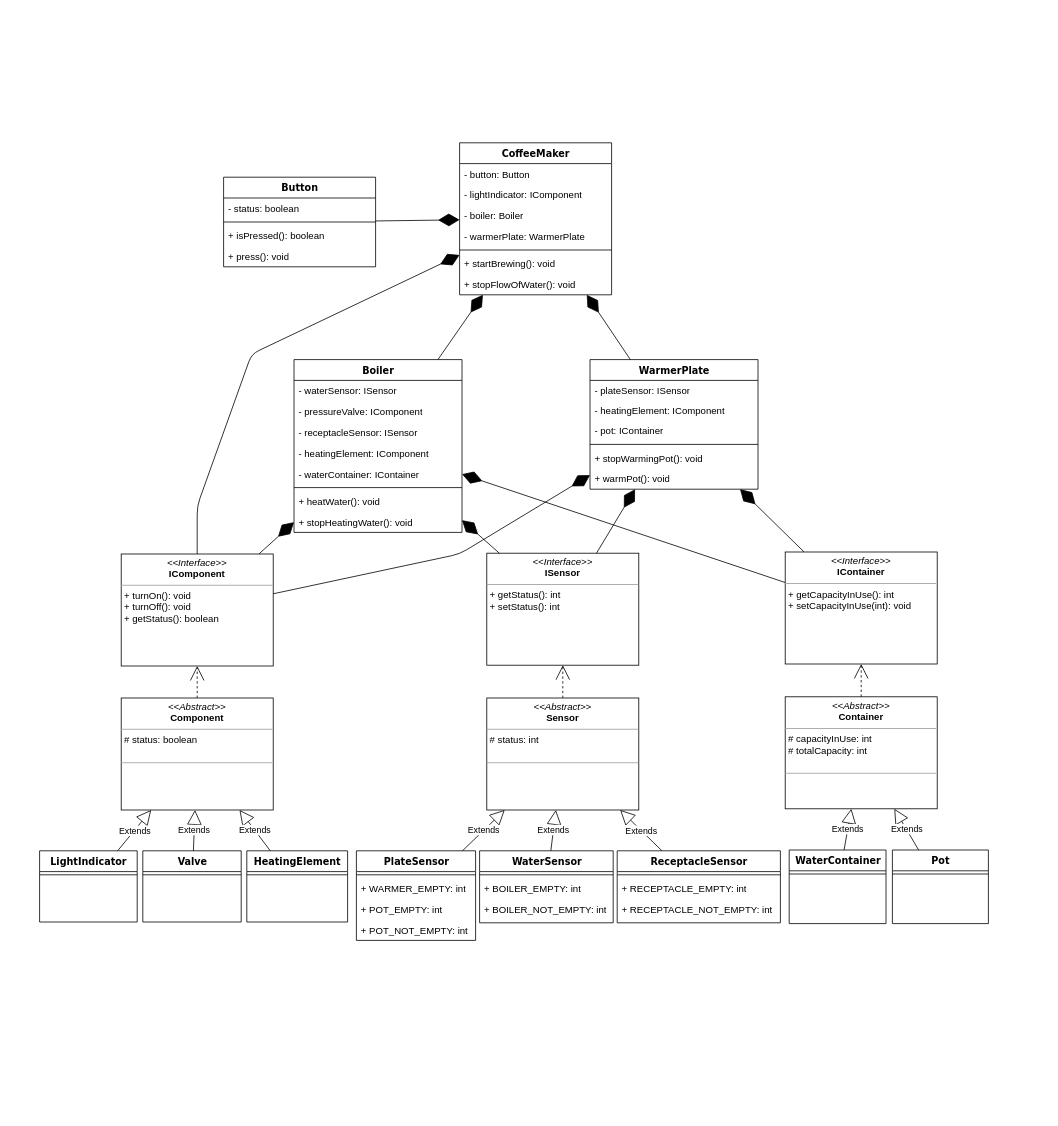
Above: Resources/CoffeeMaker.drawio in aburgosu/CoffeeMaker-JAM (draw.io), before the change. Source tidied: cells renumbered, new cells numbered last; positions are measured from the earlier drawing's top-left corner, leaving out a move shared by most shapes. Both pictures are drawn from the tidied source at 80%, with x=0, y=0 at pixel (39, 142).
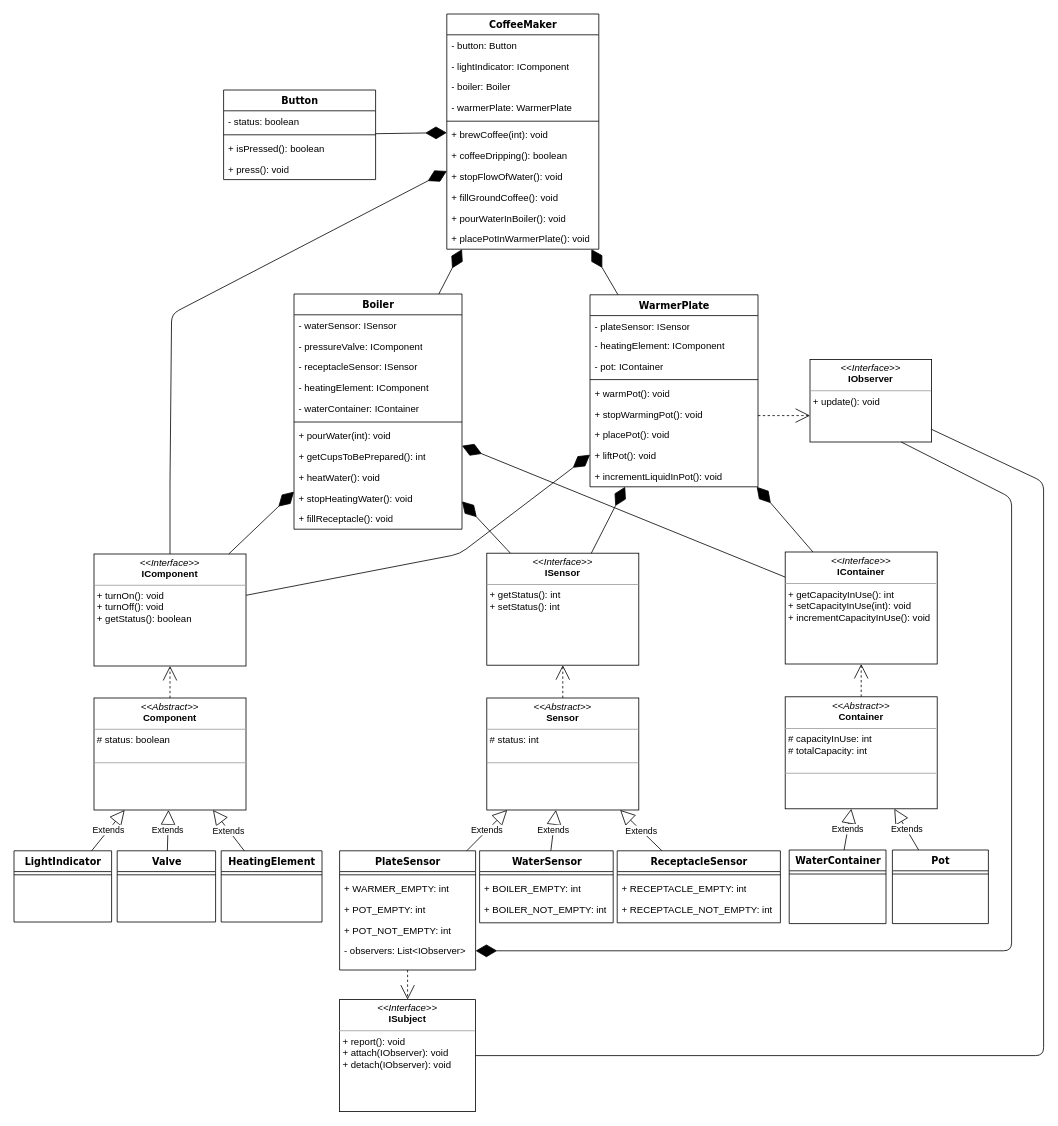
Above is the later version.

Diff of the diagram source:
```diff
@@
     <mxCell id="2" value="LightIndicator" style="swimlane;html=1;fontStyle=1;align=center;verticalAlign=top;horizontal=1;startSize=26;swimlaneFillColor=#ffffff;rounded=0;shadow=0;comic=0;labelBackgroundColor=none;strokeColor=#000000;strokeWidth=1;fillColor=none;fontFamily=Verdana;fontSize=12;fontColor=#000000;" parent="1" vertex="1">
-      <mxGeometry y="885" width="122" height="89" as="geometry" />
+      <mxGeometry x="-32" y="885" width="122" height="89" as="geometry" />
     </mxCell>
@@
     <mxCell id="4" value="Valve" style="swimlane;html=1;fontStyle=1;align=center;verticalAlign=top;horizontal=1;startSize=26;swimlaneFillColor=#ffffff;rounded=0;shadow=0;comic=0;labelBackgroundColor=none;strokeColor=#000000;strokeWidth=1;fillColor=none;fontFamily=Verdana;fontSize=12;fontColor=#000000;" parent="1" vertex="1">
-      <mxGeometry x="129" y="885" width="123" height="89" as="geometry" />
+      <mxGeometry x="97" y="885" width="123" height="89" as="geometry" />
     </mxCell>
@@
     <mxCell id="6" value="HeatingElement" style="swimlane;html=1;fontStyle=1;align=center;verticalAlign=top;horizontal=1;startSize=26;swimlaneFillColor=#ffffff;rounded=0;shadow=0;comic=0;labelBackgroundColor=none;strokeColor=#000000;strokeWidth=1;fillColor=none;fontFamily=Verdana;fontSize=12;fontColor=#000000;" parent="1" vertex="1">
-      <mxGeometry x="259" y="885" width="126" height="89" as="geometry" />
+      <mxGeometry x="227" y="885" width="126" height="89" as="geometry" />
     </mxCell>
@@
     <mxCell id="8" value="&lt;p style=&quot;margin: 0px ; margin-top: 4px ; text-align: center&quot;&gt;&lt;i&gt;&amp;lt;&amp;lt;Interface&amp;gt;&amp;gt;&lt;/i&gt;&lt;br&gt;&lt;b&gt;IComponent&lt;/b&gt;&lt;/p&gt;&lt;hr size=&quot;1&quot;&gt;&lt;p style=&quot;margin: 0px ; margin-left: 4px&quot;&gt;&lt;/p&gt;&lt;p style=&quot;margin: 0px ; margin-left: 4px&quot;&gt;+ turnOn(): void&lt;br&gt;+ turnOff(): void&lt;/p&gt;&lt;p style=&quot;margin: 0px ; margin-left: 4px&quot;&gt;+ getStatus(): boolean&lt;/p&gt;" style="verticalAlign=top;align=left;overflow=fill;fontSize=12;fontFamily=Helvetica;html=1;rounded=0;shadow=0;comic=0;labelBackgroundColor=none;strokeColor=#000000;strokeWidth=1;fillColor=#ffffff;" parent="1" vertex="1">
-      <mxGeometry x="102" y="514" width="190" height="140" as="geometry" />
+      <mxGeometry x="68" y="514" width="190" height="140" as="geometry" />
     </mxCell>
@@
     <mxCell id="12" value="PlateSensor" style="swimlane;html=1;fontStyle=1;align=center;verticalAlign=top;horizontal=1;startSize=26;swimlaneFillColor=#ffffff;rounded=0;shadow=0;comic=0;labelBackgroundColor=none;strokeColor=#000000;strokeWidth=1;fillColor=none;fontFamily=Verdana;fontSize=12;fontColor=#000000;" parent="1" vertex="1">
-      <mxGeometry x="396" y="885" width="149" height="112" as="geometry" />
+      <mxGeometry x="375" y="885" width="170" height="149" as="geometry" />
     </mxCell>
     <mxCell id="13" style="line;html=1;strokeWidth=1;fillColor=none;align=left;verticalAlign=middle;spacingTop=-1;spacingLeft=3;spacingRight=3;labelPosition=right;" parent="12" vertex="1">
-      <mxGeometry y="26" width="149" height="8" as="geometry" />
+      <mxGeometry y="26" width="170" height="8" as="geometry" />
     </mxCell>
     <mxCell id="14" value="+ WARMER_EMPTY: int&lt;br&gt;" style="text;html=1;strokeColor=none;fillColor=none;align=left;verticalAlign=top;spacingLeft=4;spacingRight=4;whiteSpace=wrap;overflow=hidden;" parent="12" vertex="1">
-      <mxGeometry y="34" width="149" height="26" as="geometry" />
+      <mxGeometry y="34" width="170" height="26" as="geometry" />
     </mxCell>
     <mxCell id="15" value="+ POT_EMPTY: int&lt;br&gt;" style="text;html=1;strokeColor=none;fillColor=none;align=left;verticalAlign=top;spacingLeft=4;spacingRight=4;whiteSpace=wrap;overflow=hidden;" parent="12" vertex="1">
-      <mxGeometry y="60" width="149" height="26" as="geometry" />
+      <mxGeometry y="60" width="170" height="26" as="geometry" />
     </mxCell>
     <mxCell id="16" value="+ POT_NOT_EMPTY: int&lt;br&gt;" style="text;html=1;strokeColor=none;fillColor=none;align=left;verticalAlign=top;spacingLeft=4;spacingRight=4;whiteSpace=wrap;overflow=hidden;" parent="12" vertex="1">
-      <mxGeometry y="86" width="149" height="26" as="geometry" />
+      <mxGeometry y="86" width="170" height="26" as="geometry" />
     </mxCell>
+    <mxCell id="81" value="- observers:&amp;nbsp;List&amp;lt;IObserver&amp;gt;&lt;br&gt;&lt;br&gt;&lt;br&gt;" style="text;html=1;strokeColor=none;fillColor=none;align=left;verticalAlign=top;spacingLeft=4;spacingRight=4;whiteSpace=wrap;overflow=hidden;points=[[0,0.5],[1,0.5]];portConstraint=eastwest;" parent="12" vertex="1">
+      <mxGeometry y="112" width="170" height="26" as="geometry" />
+    </mxCell>
@@
     <mxCell id="23" value="Boiler" style="swimlane;html=1;fontStyle=1;align=center;verticalAlign=top;horizontal=1;startSize=26;swimlaneFillColor=#ffffff;rounded=0;shadow=0;comic=0;labelBackgroundColor=none;strokeColor=#000000;strokeWidth=1;fillColor=none;fontFamily=Verdana;fontSize=12;fontColor=#000000;" parent="1" vertex="1">
-      <mxGeometry x="318" y="271" width="210" height="216" as="geometry" />
+      <mxGeometry x="318" y="189" width="210" height="294" as="geometry" />
     </mxCell>
@@
+    <mxCell id="82" value="+ pourWater(int): void&lt;br&gt;" style="text;html=1;strokeColor=none;fillColor=none;align=left;verticalAlign=top;spacingLeft=4;spacingRight=4;whiteSpace=wrap;overflow=hidden;" parent="23" vertex="1">
+      <mxGeometry y="164" width="210" height="26" as="geometry" />
+    </mxCell>
+    <mxCell id="83" value="+ getCupsToBePrepared(): int&lt;br&gt;" style="text;html=1;strokeColor=none;fillColor=none;align=left;verticalAlign=top;spacingLeft=4;spacingRight=4;whiteSpace=wrap;overflow=hidden;" parent="23" vertex="1">
+      <mxGeometry y="190" width="210" height="26" as="geometry" />
+    </mxCell>
     <mxCell id="30" value="+ heatWater(): void&lt;br&gt;" style="text;html=1;strokeColor=none;fillColor=none;align=left;verticalAlign=top;spacingLeft=4;spacingRight=4;whiteSpace=wrap;overflow=hidden;" parent="23" vertex="1">
-      <mxGeometry y="164" width="210" height="26" as="geometry" />
+      <mxGeometry y="216" width="210" height="26" as="geometry" />
     </mxCell>
+    <mxCell id="84" value="+ stopHeatingWater(): void&lt;br&gt;" style="text;html=1;strokeColor=none;fillColor=none;align=left;verticalAlign=top;spacingLeft=4;spacingRight=4;whiteSpace=wrap;overflow=hidden;" parent="23" vertex="1">
+      <mxGeometry y="242" width="210" height="26" as="geometry" />
+    </mxCell>
-    <mxCell id="31" value="+ stopHeatingWater(): void&lt;br&gt;" style="text;html=1;strokeColor=none;fillColor=none;align=left;verticalAlign=top;spacingLeft=4;spacingRight=4;whiteSpace=wrap;overflow=hidden;" parent="23" vertex="1">
-      <mxGeometry y="190" width="210" height="26" as="geometry" />
+    <mxCell id="31" value="+ fillReceptacle(): void&lt;br&gt;" style="text;html=1;strokeColor=none;fillColor=none;align=left;verticalAlign=top;spacingLeft=4;spacingRight=4;whiteSpace=wrap;overflow=hidden;" parent="23" vertex="1">
+      <mxGeometry y="268" width="210" height="26" as="geometry" />
     </mxCell>
     <mxCell id="32" value="WarmerPlate" style="swimlane;html=1;fontStyle=1;align=center;verticalAlign=top;horizontal=1;startSize=26;swimlaneFillColor=#ffffff;rounded=0;shadow=0;comic=0;labelBackgroundColor=none;strokeColor=#000000;strokeWidth=1;fillColor=none;fontFamily=Verdana;fontSize=12;fontColor=#000000;" parent="1" vertex="1">
-      <mxGeometry x="688" y="271" width="210" height="162" as="geometry" />
+      <mxGeometry x="688" y="190" width="210" height="240" as="geometry" />
     </mxCell>
@@
+    <mxCell id="85" value="+ warmPot(): void" style="text;html=1;strokeColor=none;fillColor=none;align=left;verticalAlign=top;spacingLeft=4;spacingRight=4;whiteSpace=wrap;overflow=hidden;" parent="32" vertex="1">
+      <mxGeometry y="110" width="210" height="26" as="geometry" />
+    </mxCell>
     <mxCell id="37" value="+ stopWarmingPot(): void" style="text;html=1;strokeColor=none;fillColor=none;align=left;verticalAlign=top;spacingLeft=4;spacingRight=4;whiteSpace=wrap;overflow=hidden;" parent="32" vertex="1">
-      <mxGeometry y="110" width="210" height="26" as="geometry" />
+      <mxGeometry y="136" width="210" height="26" as="geometry" />
     </mxCell>
+    <mxCell id="86" value="+ placePot(): void" style="text;html=1;strokeColor=none;fillColor=none;align=left;verticalAlign=top;spacingLeft=4;spacingRight=4;whiteSpace=wrap;overflow=hidden;" parent="32" vertex="1">
+      <mxGeometry y="162" width="210" height="26" as="geometry" />
+    </mxCell>
+    <mxCell id="87" value="+ liftPot(): void" style="text;html=1;strokeColor=none;fillColor=none;align=left;verticalAlign=top;spacingLeft=4;spacingRight=4;whiteSpace=wrap;overflow=hidden;" parent="32" vertex="1">
+      <mxGeometry y="188" width="210" height="26" as="geometry" />
+    </mxCell>
-    <mxCell id="38" value="+ warmPot(): void" style="text;html=1;strokeColor=none;fillColor=none;align=left;verticalAlign=top;spacingLeft=4;spacingRight=4;whiteSpace=wrap;overflow=hidden;" parent="32" vertex="1">
-      <mxGeometry y="136" width="210" height="26" as="geometry" />
+    <mxCell id="38" value="+ incrementLiquidInPot(): void" style="text;html=1;strokeColor=none;fillColor=none;align=left;verticalAlign=top;spacingLeft=4;spacingRight=4;whiteSpace=wrap;overflow=hidden;" parent="32" vertex="1">
+      <mxGeometry y="214" width="210" height="26" as="geometry" />
     </mxCell>
     <mxCell id="39" value="CoffeeMaker" style="swimlane;html=1;fontStyle=1;align=center;verticalAlign=top;horizontal=1;startSize=26;swimlaneFillColor=#ffffff;rounded=0;shadow=0;comic=0;labelBackgroundColor=none;strokeColor=#000000;strokeWidth=1;fillColor=none;fontFamily=Verdana;fontSize=12;fontColor=#000000;" parent="1" vertex="1">
-      <mxGeometry x="525" width="190" height="190" as="geometry" />
+      <mxGeometry x="509" y="-161" width="190" height="294" as="geometry" />
     </mxCell>
@@
-    <mxCell id="45" value="+ startBrewing(): void&lt;br&gt;" style="text;html=1;strokeColor=none;fillColor=none;align=left;verticalAlign=top;spacingLeft=4;spacingRight=4;whiteSpace=wrap;overflow=hidden;" parent="39" vertex="1">
+    <mxCell id="45" value="+ brewCoffee(int): void&lt;br&gt;" style="text;html=1;strokeColor=none;fillColor=none;align=left;verticalAlign=top;spacingLeft=4;spacingRight=4;whiteSpace=wrap;overflow=hidden;" parent="39" vertex="1">
       <mxGeometry y="138" width="190" height="26" as="geometry" />
     </mxCell>
+    <mxCell id="88" value="+ coffeeDripping(): boolean&lt;br&gt;" style="text;html=1;strokeColor=none;fillColor=none;align=left;verticalAlign=top;spacingLeft=4;spacingRight=4;whiteSpace=wrap;overflow=hidden;" parent="39" vertex="1">
+      <mxGeometry y="164" width="190" height="26" as="geometry" />
+    </mxCell>
+    <mxCell id="89" value="+ stopFlowOfWater(): void&lt;br&gt;" style="text;html=1;strokeColor=none;fillColor=none;align=left;verticalAlign=top;spacingLeft=4;spacingRight=4;whiteSpace=wrap;overflow=hidden;" parent="39" vertex="1">
+      <mxGeometry y="190" width="190" height="26" as="geometry" />
+    </mxCell>
+    <mxCell id="90" value="+ fillGroundCoffee(): void&lt;br&gt;" style="text;html=1;strokeColor=none;fillColor=none;align=left;verticalAlign=top;spacingLeft=4;spacingRight=4;whiteSpace=wrap;overflow=hidden;" parent="39" vertex="1">
+      <mxGeometry y="216" width="190" height="26" as="geometry" />
+    </mxCell>
+    <mxCell id="91" value="+ pourWaterInBoiler(): void&lt;br&gt;" style="text;html=1;strokeColor=none;fillColor=none;align=left;verticalAlign=top;spacingLeft=4;spacingRight=4;whiteSpace=wrap;overflow=hidden;" parent="39" vertex="1">
+      <mxGeometry y="242" width="190" height="26" as="geometry" />
+    </mxCell>
-    <mxCell id="46" value="+ stopFlowOfWater(): void&lt;br&gt;" style="text;html=1;strokeColor=none;fillColor=none;align=left;verticalAlign=top;spacingLeft=4;spacingRight=4;whiteSpace=wrap;overflow=hidden;" parent="39" vertex="1">
-      <mxGeometry y="164" width="190" height="26" as="geometry" />
+    <mxCell id="46" value="+ placePotInWarmerPlate(): void&lt;br&gt;" style="text;html=1;strokeColor=none;fillColor=none;align=left;verticalAlign=top;spacingLeft=4;spacingRight=4;whiteSpace=wrap;overflow=hidden;" parent="39" vertex="1">
+      <mxGeometry y="268" width="190" height="26" as="geometry" />
     </mxCell>
@@
     <mxCell id="53" style="endArrow=diamondThin;endFill=1;endSize=24;html=1;" parent="1" edge="1" source="8" target="39">
       <mxGeometry relative="1" as="geometry">
         <Array as="points">
-          <mxPoint x="197" y="454" />
-          <mxPoint x="265" y="264" />
+          <mxPoint x="163" y="424" />
+          <mxPoint x="165" y="214" />
         </Array>
       </mxGeometry>
     </mxCell>
     <mxCell id="54" value="Button" style="swimlane;html=1;fontStyle=1;align=center;verticalAlign=top;horizontal=1;startSize=26;swimlaneFillColor=#ffffff;rounded=0;shadow=0;comic=0;labelBackgroundColor=none;strokeColor=#000000;strokeWidth=1;fillColor=none;fontFamily=Verdana;fontSize=12;fontColor=#000000;" parent="1" vertex="1">
-      <mxGeometry x="230" y="43" width="190" height="112" as="geometry" />
+      <mxGeometry x="230" y="-66" width="190" height="112" as="geometry" />
     </mxCell>
@@
     <mxCell id="60" value="&lt;p style=&quot;margin: 0px ; margin-top: 4px ; text-align: center&quot;&gt;&lt;i&gt;&amp;lt;&amp;lt;Abstract&amp;gt;&amp;gt;&lt;/i&gt;&lt;br&gt;&lt;b&gt;Component&lt;/b&gt;&lt;/p&gt;&lt;hr size=&quot;1&quot;&gt;&lt;p style=&quot;margin: 0px ; margin-left: 4px&quot;&gt;# status: boolean&lt;br&gt;&lt;br&gt;&lt;/p&gt;&lt;hr size=&quot;1&quot;&gt;&lt;p style=&quot;margin: 0px ; margin-left: 4px&quot;&gt;&lt;br&gt;&lt;/p&gt;" style="verticalAlign=top;align=left;overflow=fill;fontSize=12;fontFamily=Helvetica;html=1;rounded=0;shadow=0;comic=0;labelBackgroundColor=none;strokeColor=#000000;strokeWidth=1;fillColor=#ffffff;" parent="1" vertex="1">
-      <mxGeometry x="102" y="694" width="190" height="140" as="geometry" />
+      <mxGeometry x="68" y="694" width="190" height="140" as="geometry" />
     </mxCell>
@@
-    <mxCell id="65" value="&lt;p style=&quot;margin: 0px ; margin-top: 4px ; text-align: center&quot;&gt;&lt;i&gt;&amp;lt;&amp;lt;Interface&amp;gt;&amp;gt;&lt;/i&gt;&lt;br&gt;&lt;b&gt;IContainer&lt;/b&gt;&lt;/p&gt;&lt;hr size=&quot;1&quot;&gt;&lt;p style=&quot;margin: 0px ; margin-left: 4px&quot;&gt;&lt;/p&gt;&lt;p style=&quot;margin: 0px ; margin-left: 4px&quot;&gt;+ getCapacityInUse(): int&lt;/p&gt;&lt;p style=&quot;margin: 0px ; margin-left: 4px&quot;&gt;+ setCapacityInUse(int): void&lt;/p&gt;" style="verticalAlign=top;align=left;overflow=fill;fontSize=12;fontFamily=Helvetica;html=1;rounded=0;shadow=0;comic=0;labelBackgroundColor=none;strokeColor=#000000;strokeWidth=1;fillColor=#ffffff;" parent="1" vertex="1">
+    <mxCell id="65" value="&lt;p style=&quot;margin: 0px ; margin-top: 4px ; text-align: center&quot;&gt;&lt;i&gt;&amp;lt;&amp;lt;Interface&amp;gt;&amp;gt;&lt;/i&gt;&lt;br&gt;&lt;b&gt;IContainer&lt;/b&gt;&lt;/p&gt;&lt;hr size=&quot;1&quot;&gt;&lt;p style=&quot;margin: 0px ; margin-left: 4px&quot;&gt;&lt;/p&gt;&lt;p style=&quot;margin: 0px ; margin-left: 4px&quot;&gt;+ getCapacityInUse(): int&lt;/p&gt;&lt;p style=&quot;margin: 0px ; margin-left: 4px&quot;&gt;+ setCapacityInUse(int): void&lt;/p&gt;&lt;p style=&quot;margin: 0px ; margin-left: 4px&quot;&gt;+ incrementCapacityInUse(): void&lt;/p&gt;" style="verticalAlign=top;align=left;overflow=fill;fontSize=12;fontFamily=Helvetica;html=1;rounded=0;shadow=0;comic=0;labelBackgroundColor=none;strokeColor=#000000;strokeWidth=1;fillColor=#ffffff;" parent="1" vertex="1">
       <mxGeometry x="932" y="511.5" width="190" height="140" as="geometry" />
     </mxCell>
@@
+    <mxCell id="92" value="&lt;p style=&quot;margin: 0px ; margin-top: 4px ; text-align: center&quot;&gt;&lt;i&gt;&amp;lt;&amp;lt;Interface&amp;gt;&amp;gt;&lt;/i&gt;&lt;br&gt;&lt;b&gt;ISubject&lt;/b&gt;&lt;/p&gt;&lt;hr size=&quot;1&quot;&gt;&lt;p style=&quot;margin: 0px ; margin-left: 4px&quot;&gt;&lt;/p&gt;&lt;p style=&quot;margin: 0px ; margin-left: 4px&quot;&gt;+ report(): void&lt;/p&gt;&lt;p style=&quot;margin: 0px ; margin-left: 4px&quot;&gt;+ attach(IObserver): void&lt;/p&gt;&lt;p style=&quot;margin: 0px ; margin-left: 4px&quot;&gt;+ detach(IObserver): void&lt;/p&gt;&lt;br&gt;" style="verticalAlign=top;align=left;overflow=fill;fontSize=12;fontFamily=Helvetica;html=1;rounded=0;shadow=0;comic=0;labelBackgroundColor=none;strokeColor=#000000;strokeWidth=1;fillColor=#ffffff;" parent="1" vertex="1">
+      <mxGeometry x="375" y="1071" width="170" height="140" as="geometry" />
+    </mxCell>
+    <mxCell id="93" value="&lt;p style=&quot;margin: 0px ; margin-top: 4px ; text-align: center&quot;&gt;&lt;i&gt;&amp;lt;&amp;lt;Interface&amp;gt;&amp;gt;&lt;/i&gt;&lt;br&gt;&lt;b&gt;IObserver&lt;/b&gt;&lt;/p&gt;&lt;hr size=&quot;1&quot;&gt;&lt;p style=&quot;margin: 0px ; margin-left: 4px&quot;&gt;&lt;/p&gt;&lt;p style=&quot;margin: 0px ; margin-left: 4px&quot;&gt;&lt;span&gt;+ update(): void&lt;/span&gt;&lt;br&gt;&lt;/p&gt;" style="verticalAlign=top;align=left;overflow=fill;fontSize=12;fontFamily=Helvetica;html=1;rounded=0;shadow=0;comic=0;labelBackgroundColor=none;strokeColor=#000000;strokeWidth=1;fillColor=#ffffff;" parent="1" vertex="1">
+      <mxGeometry x="963" y="271" width="152" height="103" as="geometry" />
+    </mxCell>
+    <mxCell id="94" style="edgeStyle=orthogonalEdgeStyle;rounded=0;html=1;dashed=1;labelBackgroundColor=none;startArrow=none;startFill=0;startSize=8;endArrow=open;endFill=0;endSize=16;fontFamily=Verdana;fontSize=12;" parent="1" edge="1" source="32" target="93">
+      <mxGeometry relative="1" as="geometry">
+        <Array as="points">
+          <mxPoint x="915" y="341" />
+          <mxPoint x="915" y="341" />
+        </Array>
+      </mxGeometry>
+    </mxCell>
+    <mxCell id="95" style="edgeStyle=orthogonalEdgeStyle;rounded=0;html=1;dashed=1;labelBackgroundColor=none;startArrow=none;startFill=0;startSize=8;endArrow=open;endFill=0;endSize=16;fontFamily=Verdana;fontSize=12;" parent="1" edge="1" source="12" target="92">
+      <mxGeometry relative="1" as="geometry" />
+    </mxCell>
+    <mxCell id="96" style="endArrow=diamondThin;endFill=1;endSize=24;html=1;entryX=1;entryY=0.5;entryDx=0;entryDy=0;exitX=0.75;exitY=1;exitDx=0;exitDy=0;" parent="1" edge="1" source="93" target="81">
+      <mxGeometry relative="1" as="geometry">
+        <Array as="points">
+          <mxPoint x="1215" y="444" />
+          <mxPoint x="1215" y="684" />
+          <mxPoint x="1215" y="1010" />
+        </Array>
+      </mxGeometry>
+    </mxCell>
+    <mxCell id="97" style="endArrow=none;html=1;" parent="1" edge="1" source="92" target="93">
+      <mxGeometry relative="1" as="geometry">
+        <Array as="points">
+          <mxPoint x="1255" y="1141" />
+          <mxPoint x="1255" y="724" />
+          <mxPoint x="1255" y="524" />
+          <mxPoint x="1255" y="424" />
+        </Array>
+      </mxGeometry>
+    </mxCell>
```
